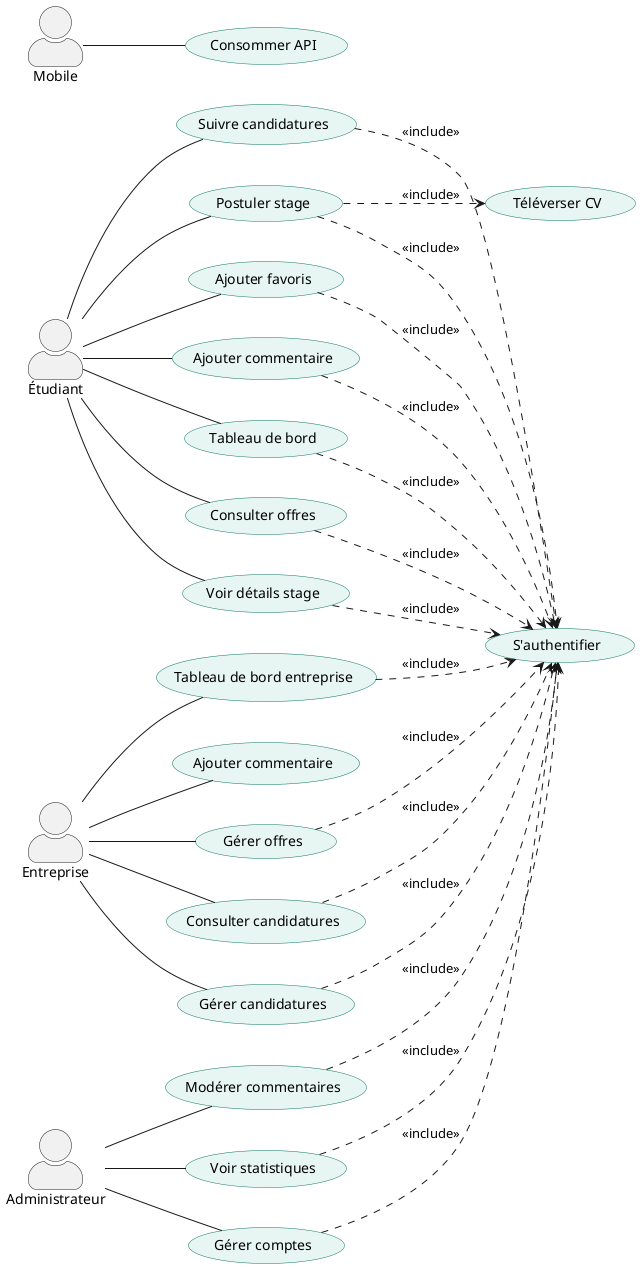
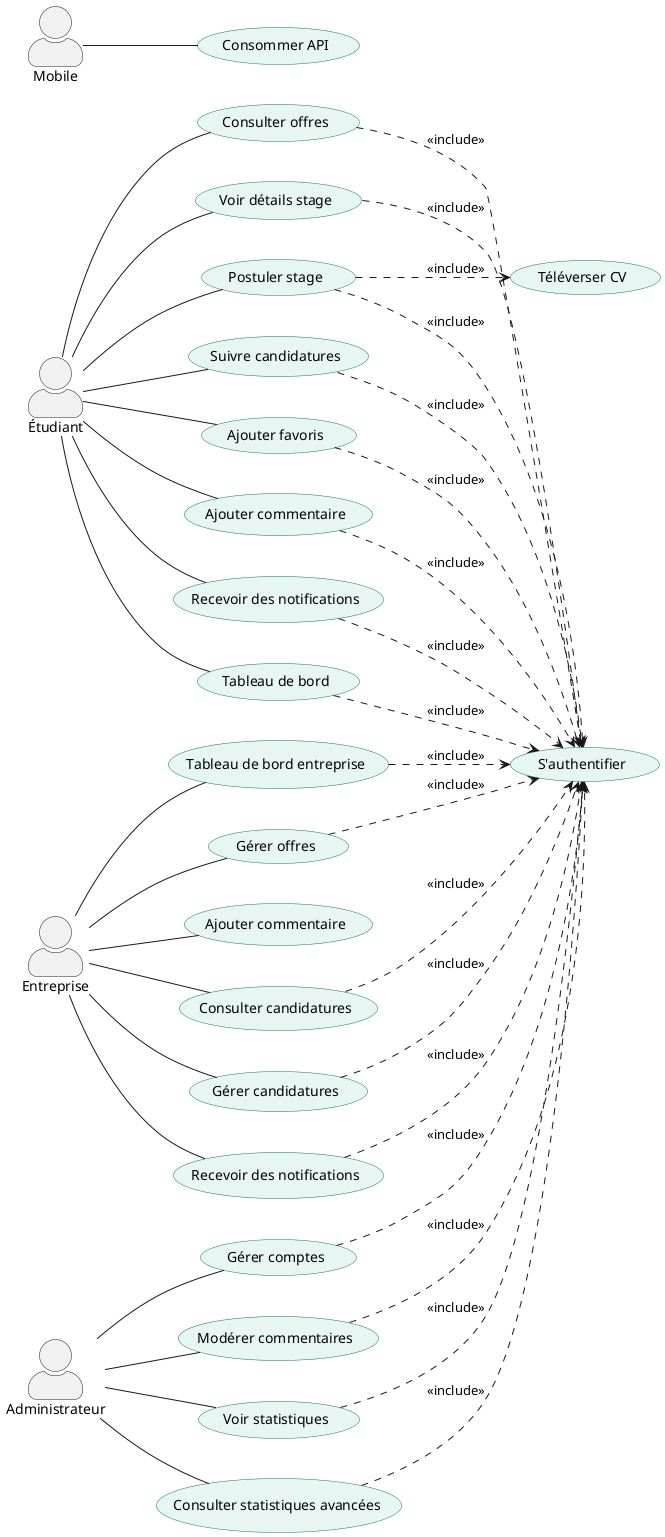
@startuml StageFlow_UseCase_Global
left to right direction
skinparam actorStyle awesome
skinparam shadowing false

skinparam usecase {
    BackgroundColor #E8F6F3
    BorderColor #117864
}

skinparam nodesep 40
skinparam ranksep 50


actor "Étudiant" as E
actor "Entreprise" as Ent
actor "Administrateur" as Admin
actor "Mobile" as Mob


'=====================
' Étudiant Use Cases
'=====================

usecase "Tableau de bord" as UC1
usecase "Consulter offres" as UC2
usecase "Voir détails stage" as UC3
usecase "Postuler stage" as UC4
usecase "Téléverser CV" as UC5
usecase "Suivre candidatures" as UC6
usecase "Ajouter favoris" as UC7
usecase "Ajouter commentaire" as UC8
+ usecase "Recevoir des notifications" as UC17


'=====================
' Entreprise Use Cases
'=====================

usecase "Tableau de bord entreprise" as UC9
usecase "Gérer offres" as UC10
usecase "Consulter candidatures" as UC11
usecase "Gérer candidatures" as UC12
usecase "Ajouter commentaire" as UC13
+ usecase "Recevoir des notifications" as UC18


'=====================
' Admin Use Cases
'=====================

usecase "Gérer comptes" as UC14
usecase "Modérer commentaires" as UC15
usecase "Voir statistiques" as UC16
+ usecase "Consulter statistiques avancées" as UC19


'=====================
' Mobile API
'=====================

usecase "Consommer API" as API


'=====================
' Authentification
'=====================

usecase "S'authentifier" as Auth


'=====================
' Relations Étudiant
'=====================

E -- UC1
E -- UC2
E -- UC3
E -- UC4
E -- UC6
E -- UC7
E -- UC8
+ E -- UC17

UC4 ..> UC5 : <<include>>


'=====================
' Relations Entreprise
'=====================

Ent -- UC9
Ent -- UC10
Ent -- UC11
Ent -- UC12
Ent -- UC13
+ Ent -- UC18


'=====================
' Relations Admin
'=====================

Admin -- UC14
Admin -- UC15
Admin -- UC16
+ Admin -- UC19


'=====================
' Mobile
'=====================

Mob -- API



'=====================
' Authentification includes
'=====================

UC1 ..> Auth : <<include>>
UC2 ..> Auth : <<include>>
UC3 ..> Auth : <<include>>
UC4 ..> Auth : <<include>>
UC6 ..> Auth : <<include>>
UC7 ..> Auth : <<include>>
UC8 ..> Auth : <<include>>

UC9 ..> Auth : <<include>>
UC10 ..> Auth : <<include>>
UC11 ..> Auth : <<include>>
UC12 ..> Auth : <<include>>

UC14 ..> Auth : <<include>>
UC15 ..> Auth : <<include>>
UC16 ..> Auth : <<include>>

+ UC17 ..> Auth : <<include>>
+ UC18 ..> Auth : <<include>>
+ UC19 ..> Auth : <<include>>
+ 
@enduml